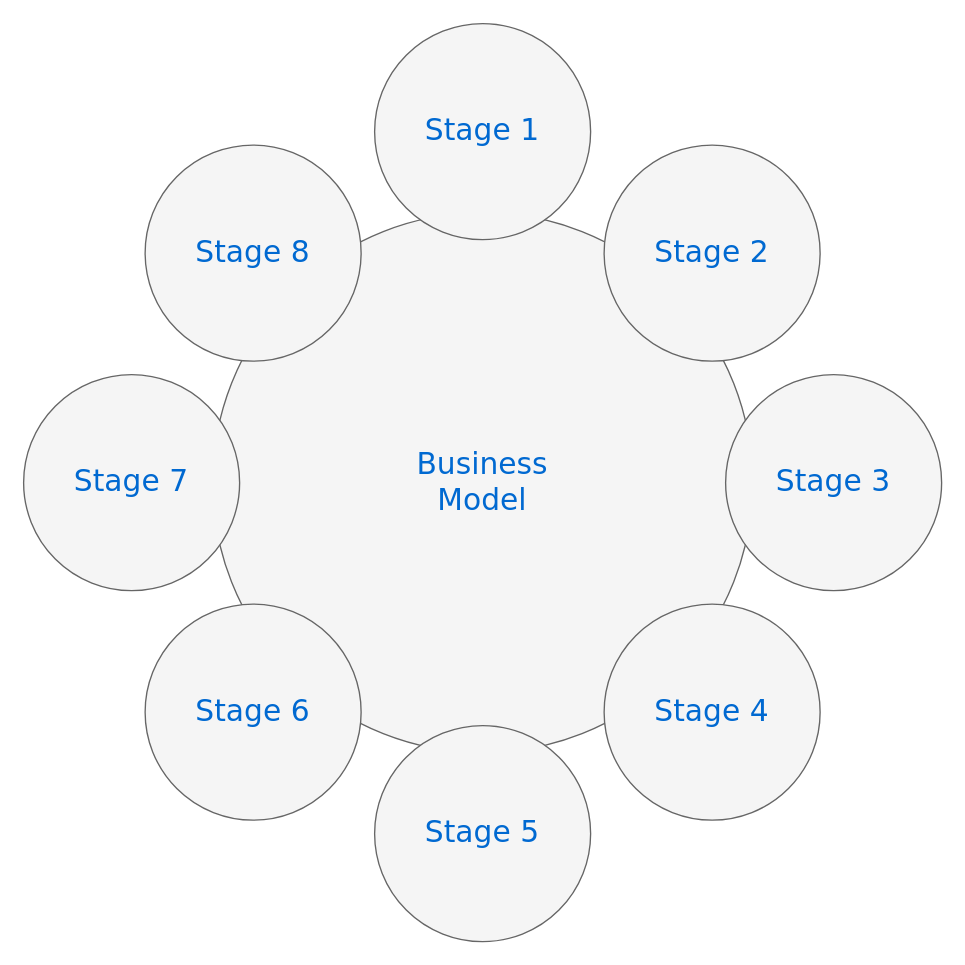
romon-liangbo/draw keeps this draw.io diagram as Emp/未命名绘图.drawio. Above is the earlier version. Source tidied: cells renumbered, new cells numbered last; positions are measured from the earlier drawing's top-left corner, leaving out a move shared by most shapes. Both pictures are drawn from the tidied source at 135%, with x=0, y=0 at pixel (23, 23).
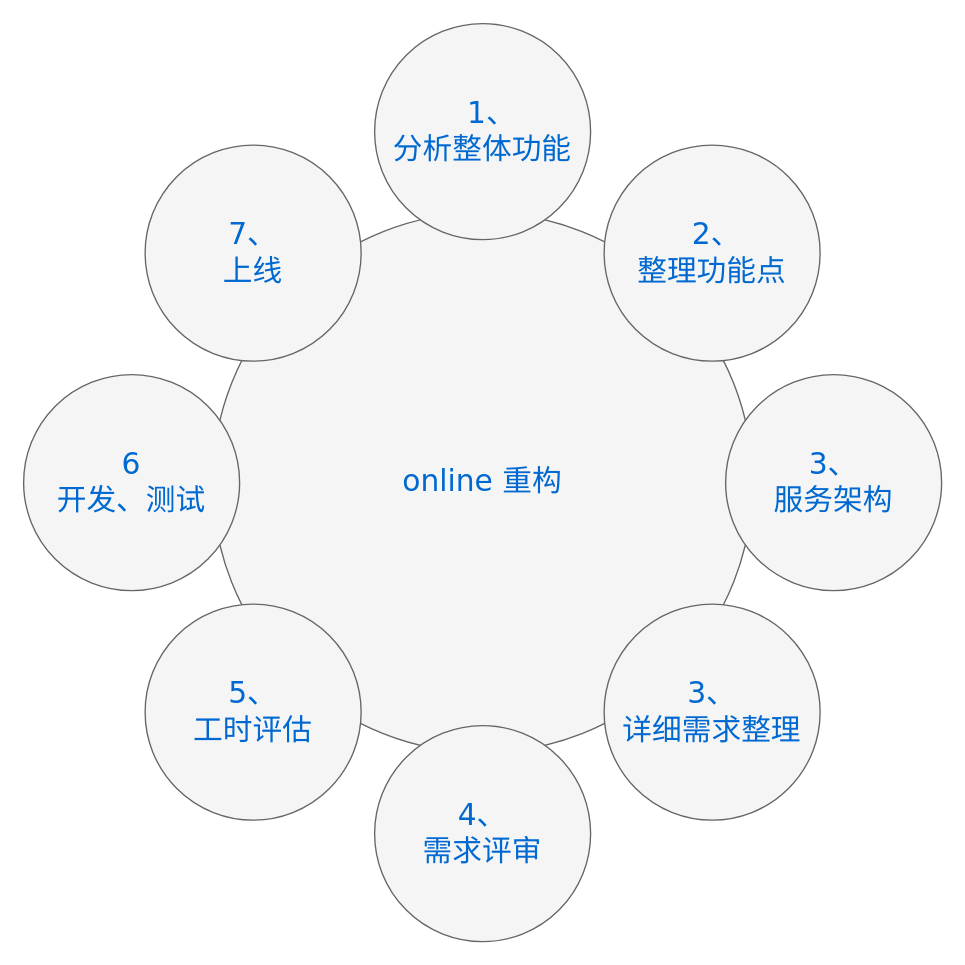
The same diagram, later.

Commit message:
更新未命名绘图.drawio

Change to the diagram source:
```diff
@@
 <mxGraphModel>
   <root>
     <mxCell id="0" />
     <mxCell id="1" parent="0" />
-    <mxCell id="2" value="Business&lt;div&gt;Model&lt;/div&gt;" style="ellipse;whiteSpace=wrap;html=1;rounded=0;shadow=0;dashed=0;comic=0;fontFamily=Verdana;fontSize=22;fontColor=#0069D1;fillColor=#f5f5f5;strokeColor=#666666;" parent="1" vertex="1">
+    <mxCell id="2" value="online 重构" style="ellipse;whiteSpace=wrap;html=1;rounded=0;shadow=0;dashed=0;comic=0;fontFamily=Verdana;fontSize=22;fontColor=#0069D1;fillColor=#f5f5f5;strokeColor=#666666;" parent="1" vertex="1">
       <mxGeometry x="140" y="140" width="400" height="400" as="geometry" />
     </mxCell>
-    <mxCell id="3" value="Stage 1" style="ellipse;whiteSpace=wrap;html=1;rounded=0;shadow=0;dashed=0;comic=0;fontFamily=Verdana;fontSize=22;fontColor=#0069D1;fillColor=#f5f5f5;strokeColor=#666666;" parent="1" vertex="1">
+    <mxCell id="3" value="&amp;nbsp; 1、&lt;br&gt;分析整体功能" style="ellipse;whiteSpace=wrap;html=1;rounded=0;shadow=0;dashed=0;comic=0;fontFamily=Verdana;fontSize=22;fontColor=#0069D1;fillColor=#f5f5f5;strokeColor=#666666;" parent="1" vertex="1">
       <mxGeometry x="260" width="160" height="160" as="geometry" />
     </mxCell>
-    <mxCell id="4" value="Stage 5" style="ellipse;whiteSpace=wrap;html=1;rounded=0;shadow=0;dashed=0;comic=0;fontFamily=Verdana;fontSize=22;fontColor=#0069D1;fillColor=#f5f5f5;strokeColor=#666666;" parent="1" vertex="1">
+    <mxCell id="4" value="4、&lt;div&gt;需求评审&lt;/div&gt;" style="ellipse;whiteSpace=wrap;html=1;rounded=0;shadow=0;dashed=0;comic=0;fontFamily=Verdana;fontSize=22;fontColor=#0069D1;fillColor=#f5f5f5;strokeColor=#666666;" parent="1" vertex="1">
       <mxGeometry x="260" y="520" width="160" height="160" as="geometry" />
     </mxCell>
-    <mxCell id="5" value="Stage 3" style="ellipse;whiteSpace=wrap;html=1;rounded=0;shadow=0;dashed=0;comic=0;fontFamily=Verdana;fontSize=22;fontColor=#0069D1;fillColor=#f5f5f5;strokeColor=#666666;" parent="1" vertex="1">
+    <mxCell id="5" value="3、&lt;br&gt;服务架构" style="ellipse;whiteSpace=wrap;html=1;rounded=0;shadow=0;dashed=0;comic=0;fontFamily=Verdana;fontSize=22;fontColor=#0069D1;fillColor=#f5f5f5;strokeColor=#666666;" parent="1" vertex="1">
       <mxGeometry x="520" y="260" width="160" height="160" as="geometry" />
     </mxCell>
-    <mxCell id="6" value="Stage 7" style="ellipse;whiteSpace=wrap;html=1;rounded=0;shadow=0;dashed=0;comic=0;fontFamily=Verdana;fontSize=22;fontColor=#0069D1;fillColor=#f5f5f5;strokeColor=#666666;" parent="1" vertex="1">
+    <mxCell id="6" value="6&lt;div&gt;开发、测试&lt;/div&gt;" style="ellipse;whiteSpace=wrap;html=1;rounded=0;shadow=0;dashed=0;comic=0;fontFamily=Verdana;fontSize=22;fontColor=#0069D1;fillColor=#f5f5f5;strokeColor=#666666;" parent="1" vertex="1">
       <mxGeometry y="260" width="160" height="160" as="geometry" />
     </mxCell>
-    <mxCell id="7" value="Stage 8" style="ellipse;whiteSpace=wrap;html=1;rounded=0;shadow=0;dashed=0;comic=0;fontFamily=Verdana;fontSize=22;fontColor=#0069D1;fillColor=#f5f5f5;strokeColor=#666666;" parent="1" vertex="1">
+    <mxCell id="7" value="7、&lt;div&gt;上线&lt;/div&gt;" style="ellipse;whiteSpace=wrap;html=1;rounded=0;shadow=0;dashed=0;comic=0;fontFamily=Verdana;fontSize=22;fontColor=#0069D1;fillColor=#f5f5f5;strokeColor=#666666;" parent="1" vertex="1">
       <mxGeometry x="90" y="90" width="160" height="160" as="geometry" />
     </mxCell>
-    <mxCell id="8" value="Stage 2" style="ellipse;whiteSpace=wrap;html=1;rounded=0;shadow=0;dashed=0;comic=0;fontFamily=Verdana;fontSize=22;fontColor=#0069D1;fillColor=#f5f5f5;strokeColor=#666666;" parent="1" vertex="1">
+    <mxCell id="8" value="&amp;nbsp;2、&lt;br&gt;整理功能点" style="ellipse;whiteSpace=wrap;html=1;rounded=0;shadow=0;dashed=0;comic=0;fontFamily=Verdana;fontSize=22;fontColor=#0069D1;fillColor=#f5f5f5;strokeColor=#666666;" parent="1" vertex="1">
       <mxGeometry x="430" y="90" width="160" height="160" as="geometry" />
     </mxCell>
-    <mxCell id="9" value="Stage 4" style="ellipse;whiteSpace=wrap;html=1;rounded=0;shadow=0;dashed=0;comic=0;fontFamily=Verdana;fontSize=22;fontColor=#0069D1;fillColor=#f5f5f5;strokeColor=#666666;" parent="1" vertex="1">
+    <mxCell id="9" value="3、&lt;br&gt;详细需求整理" style="ellipse;whiteSpace=wrap;html=1;rounded=0;shadow=0;dashed=0;comic=0;fontFamily=Verdana;fontSize=22;fontColor=#0069D1;fillColor=#f5f5f5;strokeColor=#666666;" parent="1" vertex="1">
       <mxGeometry x="430" y="430" width="160" height="160" as="geometry" />
     </mxCell>
-    <mxCell id="10" value="Stage 6" style="ellipse;whiteSpace=wrap;html=1;rounded=0;shadow=0;dashed=0;comic=0;fontFamily=Verdana;fontSize=22;fontColor=#0069D1;fillColor=#f5f5f5;strokeColor=#666666;" parent="1" vertex="1">
+    <mxCell id="10" value="5、&lt;div&gt;工时评估&lt;/div&gt;" style="ellipse;whiteSpace=wrap;html=1;rounded=0;shadow=0;dashed=0;comic=0;fontFamily=Verdana;fontSize=22;fontColor=#0069D1;fillColor=#f5f5f5;strokeColor=#666666;" parent="1" vertex="1">
       <mxGeometry x="90" y="430" width="160" height="160" as="geometry" />
     </mxCell>
   </root>
 </mxGraphModel>
```
